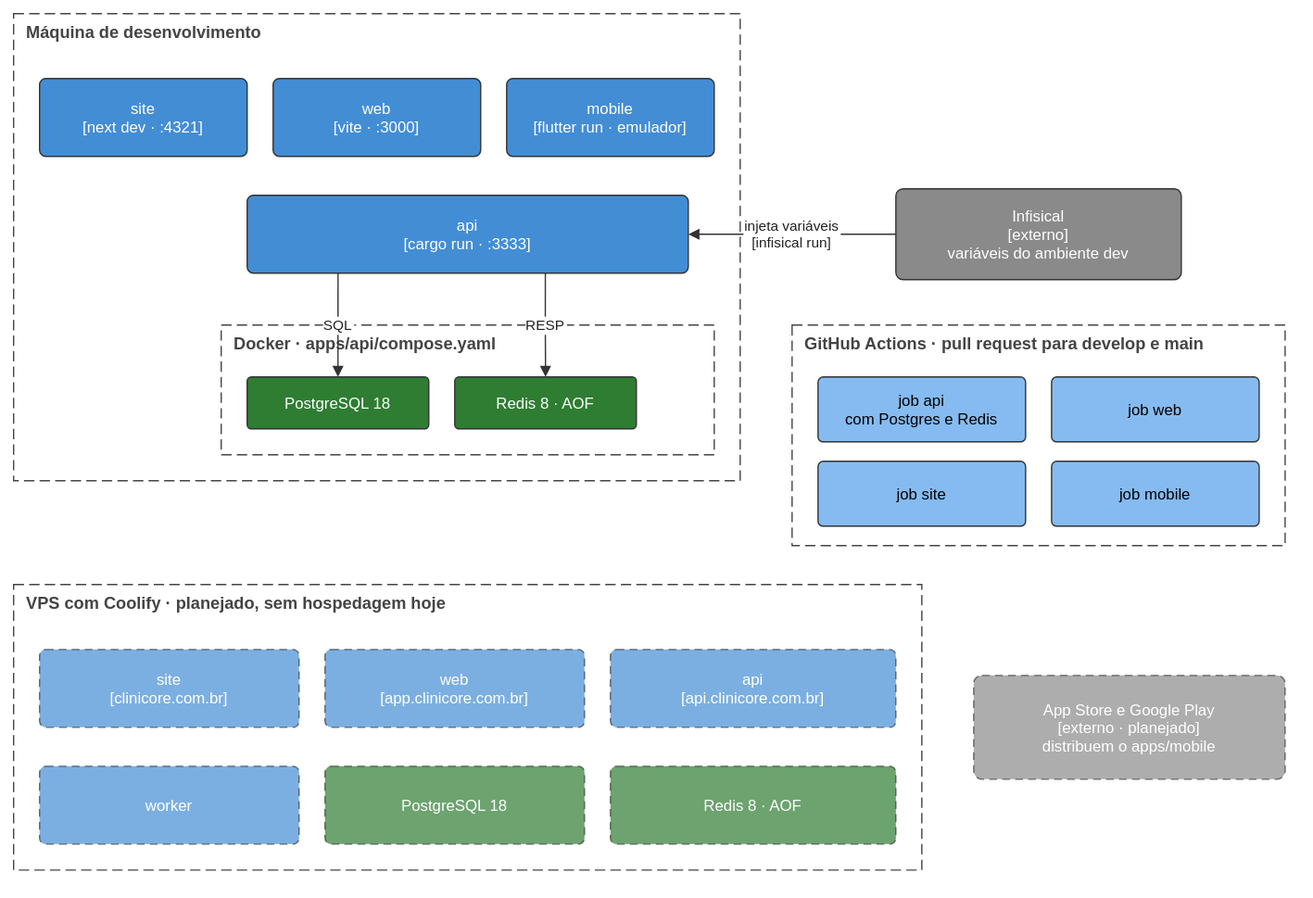
Above: docs/diagrams/deployment.drawio.svg in TheoOdawara/clinicore (draw.io), before the change. Source tidied: cells renumbered, new cells last; positions are measured from the earlier drawing's top-left corner, leaving out a move shared by most shapes. Source of this version:
```xml
<mxGraphModel background="#ffffff">
  <root>
    <mxCell id="0" />
    <mxCell id="1" parent="0" />
    <mxCell id="2" value="Máquina de desenvolvimento" style="rounded=0;html=0;fillColor=none;strokeColor=#444444;dashed=1;dashPattern=8 4;fontSize=13;fontStyle=1;verticalAlign=top;align=left;spacingLeft=8;fontColor=#444444;" parent="1" vertex="1">
      <mxGeometry width="560" height="360" as="geometry" />
    </mxCell>
    <mxCell id="3" value="site&#10;[next dev · :4321]" style="rounded=1;arcSize=8;html=0;fillColor=#438dd5;fontColor=#ffffff;strokeColor=#333333;fontSize=12;" parent="1" vertex="1">
      <mxGeometry x="20" y="50" width="160" height="60" as="geometry" />
    </mxCell>
    <mxCell id="4" value="web&#10;[vite · :3000]" style="rounded=1;arcSize=8;html=0;fillColor=#438dd5;fontColor=#ffffff;strokeColor=#333333;fontSize=12;" parent="1" vertex="1">
      <mxGeometry x="200" y="50" width="160" height="60" as="geometry" />
    </mxCell>
    <mxCell id="5" value="mobile&#10;[flutter run · emulador]" style="rounded=1;arcSize=8;html=0;fillColor=#438dd5;fontColor=#ffffff;strokeColor=#333333;fontSize=12;" parent="1" vertex="1">
      <mxGeometry x="380" y="50" width="160" height="60" as="geometry" />
    </mxCell>
    <mxCell id="6" value="api&#10;[cargo run · :3333]" style="rounded=1;arcSize=8;html=0;fillColor=#438dd5;fontColor=#ffffff;strokeColor=#333333;fontSize=12;" parent="1" vertex="1">
      <mxGeometry x="180" y="140" width="340" height="60" as="geometry" />
    </mxCell>
    <mxCell id="7" value="Docker · apps/api/compose.yaml" style="rounded=0;html=0;fillColor=none;strokeColor=#444444;dashed=1;dashPattern=8 4;fontSize=13;fontStyle=1;verticalAlign=top;align=left;spacingLeft=8;fontColor=#444444;" parent="1" vertex="1">
      <mxGeometry x="160" y="240" width="380" height="100" as="geometry" />
    </mxCell>
    <mxCell id="8" value="PostgreSQL 18" style="rounded=1;arcSize=8;html=0;fillColor=#2e7d32;fontColor=#ffffff;strokeColor=#333333;fontSize=12;" parent="1" vertex="1">
      <mxGeometry x="180" y="280" width="140" height="40" as="geometry" />
    </mxCell>
    <mxCell id="9" value="Redis 8 · AOF" style="rounded=1;arcSize=8;html=0;fillColor=#2e7d32;fontColor=#ffffff;strokeColor=#333333;fontSize=12;" parent="1" vertex="1">
      <mxGeometry x="340" y="280" width="140" height="40" as="geometry" />
    </mxCell>
    <mxCell id="10" value="Infisical&#10;[externo]&#10;variáveis do ambiente dev" style="rounded=1;arcSize=8;html=0;fillColor=#8a8a8a;fontColor=#ffffff;strokeColor=#333333;fontSize=12;" parent="1" vertex="1">
      <mxGeometry x="680" y="135" width="220" height="70" as="geometry" />
    </mxCell>
    <mxCell id="11" value="GitHub Actions · pull request para develop e main" style="rounded=0;html=0;fillColor=none;strokeColor=#444444;dashed=1;dashPattern=8 4;fontSize=13;fontStyle=1;verticalAlign=top;align=left;spacingLeft=8;fontColor=#444444;" parent="1" vertex="1">
      <mxGeometry x="600" y="240" width="380" height="170" as="geometry" />
    </mxCell>
    <mxCell id="12" value="job api&#10;com Postgres e Redis" style="rounded=1;arcSize=8;html=0;fillColor=#85bbf0;fontColor=#000000;strokeColor=#333333;fontSize=12;" parent="1" vertex="1">
      <mxGeometry x="620" y="280" width="160" height="50" as="geometry" />
    </mxCell>
    <mxCell id="13" value="job web" style="rounded=1;arcSize=8;html=0;fillColor=#85bbf0;fontColor=#000000;strokeColor=#333333;fontSize=12;" parent="1" vertex="1">
      <mxGeometry x="800" y="280" width="160" height="50" as="geometry" />
    </mxCell>
    <mxCell id="14" value="job site" style="rounded=1;arcSize=8;html=0;fillColor=#85bbf0;fontColor=#000000;strokeColor=#333333;fontSize=12;" parent="1" vertex="1">
      <mxGeometry x="620" y="345" width="160" height="50" as="geometry" />
    </mxCell>
    <mxCell id="15" value="job mobile" style="rounded=1;arcSize=8;html=0;fillColor=#85bbf0;fontColor=#000000;strokeColor=#333333;fontSize=12;" parent="1" vertex="1">
      <mxGeometry x="800" y="345" width="160" height="50" as="geometry" />
    </mxCell>
    <mxCell id="16" value="VPS com Coolify · planejado, sem hospedagem hoje" style="rounded=0;html=0;fillColor=none;strokeColor=#444444;dashed=1;dashPattern=8 4;fontSize=13;fontStyle=1;verticalAlign=top;align=left;spacingLeft=8;fontColor=#444444;" parent="1" vertex="1">
      <mxGeometry y="440" width="700" height="220" as="geometry" />
    </mxCell>
    <mxCell id="17" value="site&#10;[clinicore.com.br]" style="rounded=1;arcSize=8;html=0;fillColor=#438dd5;fontColor=#ffffff;strokeColor=#333333;fontSize=12;dashed=1;dashPattern=6 4;opacity=70;" parent="1" vertex="1">
      <mxGeometry x="20" y="490" width="200" height="60" as="geometry" />
    </mxCell>
    <mxCell id="18" value="web&#10;[app.clinicore.com.br]" style="rounded=1;arcSize=8;html=0;fillColor=#438dd5;fontColor=#ffffff;strokeColor=#333333;fontSize=12;dashed=1;dashPattern=6 4;opacity=70;" parent="1" vertex="1">
      <mxGeometry x="240" y="490" width="200" height="60" as="geometry" />
    </mxCell>
    <mxCell id="19" value="api&#10;[api.clinicore.com.br]" style="rounded=1;arcSize=8;html=0;fillColor=#438dd5;fontColor=#ffffff;strokeColor=#333333;fontSize=12;dashed=1;dashPattern=6 4;opacity=70;" parent="1" vertex="1">
      <mxGeometry x="460" y="490" width="220" height="60" as="geometry" />
    </mxCell>
    <mxCell id="20" value="worker" style="rounded=1;arcSize=8;html=0;fillColor=#438dd5;fontColor=#ffffff;strokeColor=#333333;fontSize=12;dashed=1;dashPattern=6 4;opacity=70;" parent="1" vertex="1">
      <mxGeometry x="20" y="580" width="200" height="60" as="geometry" />
    </mxCell>
    <mxCell id="21" value="PostgreSQL 18" style="rounded=1;arcSize=8;html=0;fillColor=#2e7d32;fontColor=#ffffff;strokeColor=#333333;fontSize=12;dashed=1;dashPattern=6 4;opacity=70;" parent="1" vertex="1">
      <mxGeometry x="240" y="580" width="200" height="60" as="geometry" />
    </mxCell>
    <mxCell id="22" value="Redis 8 · AOF" style="rounded=1;arcSize=8;html=0;fillColor=#2e7d32;fontColor=#ffffff;strokeColor=#333333;fontSize=12;dashed=1;dashPattern=6 4;opacity=70;" parent="1" vertex="1">
      <mxGeometry x="460" y="580" width="220" height="60" as="geometry" />
    </mxCell>
    <mxCell id="23" value="App Store e Google Play&#10;[externo · planejado]&#10;distribuem o apps/mobile" style="rounded=1;arcSize=8;html=0;fillColor=#8a8a8a;fontColor=#ffffff;strokeColor=#333333;fontSize=12;dashed=1;dashPattern=6 4;opacity=70;" parent="1" vertex="1">
      <mxGeometry x="740" y="510" width="240" height="80" as="geometry" />
    </mxCell>
    <mxCell id="24" value="injeta variáveis&#10;[infisical run]" style="html=0;endArrow=block;endFill=1;strokeColor=#333333;fontSize=11;fontColor=#222222;labelBackgroundColor=#ffffff;edgeStyle=orthogonalEdgeStyle;rounded=1;exitX=0;exitY=0.5;exitDx=0;exitDy=0;entryX=1;entryY=0.5;entryDx=0;entryDy=0;" parent="1" edge="1" source="10" target="6">
      <mxGeometry relative="1" as="geometry" />
    </mxCell>
    <mxCell id="25" value="SQL" style="html=0;endArrow=block;endFill=1;strokeColor=#333333;fontSize=11;fontColor=#222222;labelBackgroundColor=#ffffff;edgeStyle=orthogonalEdgeStyle;rounded=1;exitX=0.206;exitY=1;exitDx=0;exitDy=0;entryX=0.5;entryY=0;entryDx=0;entryDy=0;" parent="1" edge="1" source="6" target="8">
      <mxGeometry relative="1" as="geometry" />
    </mxCell>
    <mxCell id="26" value="RESP" style="html=0;endArrow=block;endFill=1;strokeColor=#333333;fontSize=11;fontColor=#222222;labelBackgroundColor=#ffffff;edgeStyle=orthogonalEdgeStyle;rounded=1;exitX=0.676;exitY=1;exitDx=0;exitDy=0;entryX=0.5;entryY=0;entryDx=0;entryDy=0;" parent="1" edge="1" source="6" target="9">
      <mxGeometry relative="1" as="geometry" />
    </mxCell>
  </root>
</mxGraphModel>
```
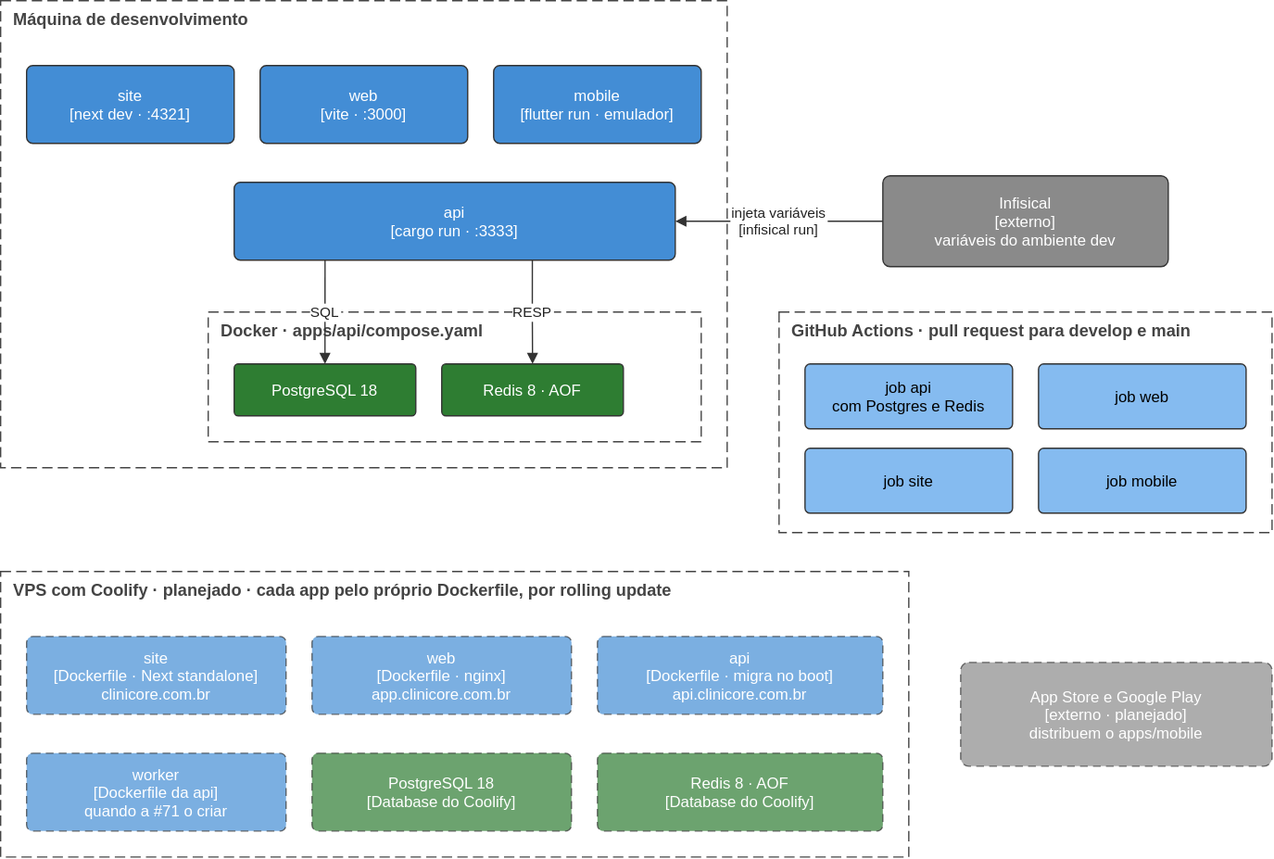
Later version of the same file.

Commit message:
docs: record the Coolify Dockerfile deploy as ADR 0014 (closes #152)

What changed in the source:
```diff
@@ -44,25 +44,25 @@
     <mxCell id="15" value="job mobile" style="rounded=1;arcSize=8;html=0;fillColor=#85bbf0;fontColor=#000000;strokeColor=#333333;fontSize=12;" parent="1" vertex="1">
       <mxGeometry x="800" y="345" width="160" height="50" as="geometry" />
     </mxCell>
-    <mxCell id="16" value="VPS com Coolify · planejado, sem hospedagem hoje" style="rounded=0;html=0;fillColor=none;strokeColor=#444444;dashed=1;dashPattern=8 4;fontSize=13;fontStyle=1;verticalAlign=top;align=left;spacingLeft=8;fontColor=#444444;" parent="1" vertex="1">
+    <mxCell id="16" value="VPS com Coolify · planejado · cada app pelo próprio Dockerfile, por rolling update" style="rounded=0;html=0;fillColor=none;strokeColor=#444444;dashed=1;dashPattern=8 4;fontSize=13;fontStyle=1;verticalAlign=top;align=left;spacingLeft=8;fontColor=#444444;" parent="1" vertex="1">
       <mxGeometry y="440" width="700" height="220" as="geometry" />
     </mxCell>
-    <mxCell id="17" value="site&#10;[clinicore.com.br]" style="rounded=1;arcSize=8;html=0;fillColor=#438dd5;fontColor=#ffffff;strokeColor=#333333;fontSize=12;dashed=1;dashPattern=6 4;opacity=70;" parent="1" vertex="1">
+    <mxCell id="17" value="site&#10;[Dockerfile · Next standalone]&#10;clinicore.com.br" style="rounded=1;arcSize=8;html=0;fillColor=#438dd5;fontColor=#ffffff;strokeColor=#333333;fontSize=12;dashed=1;dashPattern=6 4;opacity=70;" parent="1" vertex="1">
       <mxGeometry x="20" y="490" width="200" height="60" as="geometry" />
     </mxCell>
-    <mxCell id="18" value="web&#10;[app.clinicore.com.br]" style="rounded=1;arcSize=8;html=0;fillColor=#438dd5;fontColor=#ffffff;strokeColor=#333333;fontSize=12;dashed=1;dashPattern=6 4;opacity=70;" parent="1" vertex="1">
+    <mxCell id="18" value="web&#10;[Dockerfile · nginx]&#10;app.clinicore.com.br" style="rounded=1;arcSize=8;html=0;fillColor=#438dd5;fontColor=#ffffff;strokeColor=#333333;fontSize=12;dashed=1;dashPattern=6 4;opacity=70;" parent="1" vertex="1">
       <mxGeometry x="240" y="490" width="200" height="60" as="geometry" />
     </mxCell>
-    <mxCell id="19" value="api&#10;[api.clinicore.com.br]" style="rounded=1;arcSize=8;html=0;fillColor=#438dd5;fontColor=#ffffff;strokeColor=#333333;fontSize=12;dashed=1;dashPattern=6 4;opacity=70;" parent="1" vertex="1">
+    <mxCell id="19" value="api&#10;[Dockerfile · migra no boot]&#10;api.clinicore.com.br" style="rounded=1;arcSize=8;html=0;fillColor=#438dd5;fontColor=#ffffff;strokeColor=#333333;fontSize=12;dashed=1;dashPattern=6 4;opacity=70;" parent="1" vertex="1">
       <mxGeometry x="460" y="490" width="220" height="60" as="geometry" />
     </mxCell>
-    <mxCell id="20" value="worker" style="rounded=1;arcSize=8;html=0;fillColor=#438dd5;fontColor=#ffffff;strokeColor=#333333;fontSize=12;dashed=1;dashPattern=6 4;opacity=70;" parent="1" vertex="1">
+    <mxCell id="20" value="worker&#10;[Dockerfile da api]&#10;quando a #71 o criar" style="rounded=1;arcSize=8;html=0;fillColor=#438dd5;fontColor=#ffffff;strokeColor=#333333;fontSize=12;dashed=1;dashPattern=6 4;opacity=70;" parent="1" vertex="1">
       <mxGeometry x="20" y="580" width="200" height="60" as="geometry" />
     </mxCell>
-    <mxCell id="21" value="PostgreSQL 18" style="rounded=1;arcSize=8;html=0;fillColor=#2e7d32;fontColor=#ffffff;strokeColor=#333333;fontSize=12;dashed=1;dashPattern=6 4;opacity=70;" parent="1" vertex="1">
+    <mxCell id="21" value="PostgreSQL 18&#10;[Database do Coolify]" style="rounded=1;arcSize=8;html=0;fillColor=#2e7d32;fontColor=#ffffff;strokeColor=#333333;fontSize=12;dashed=1;dashPattern=6 4;opacity=70;" parent="1" vertex="1">
       <mxGeometry x="240" y="580" width="200" height="60" as="geometry" />
     </mxCell>
-    <mxCell id="22" value="Redis 8 · AOF" style="rounded=1;arcSize=8;html=0;fillColor=#2e7d32;fontColor=#ffffff;strokeColor=#333333;fontSize=12;dashed=1;dashPattern=6 4;opacity=70;" parent="1" vertex="1">
+    <mxCell id="22" value="Redis 8 · AOF&#10;[Database do Coolify]" style="rounded=1;arcSize=8;html=0;fillColor=#2e7d32;fontColor=#ffffff;strokeColor=#333333;fontSize=12;dashed=1;dashPattern=6 4;opacity=70;" parent="1" vertex="1">
       <mxGeometry x="460" y="580" width="220" height="60" as="geometry" />
     </mxCell>
     <mxCell id="23" value="App Store e Google Play&#10;[externo · planejado]&#10;distribuem o apps/mobile" style="rounded=1;arcSize=8;html=0;fillColor=#8a8a8a;fontColor=#ffffff;strokeColor=#333333;fontSize=12;dashed=1;dashPattern=6 4;opacity=70;" parent="1" vertex="1">
```
